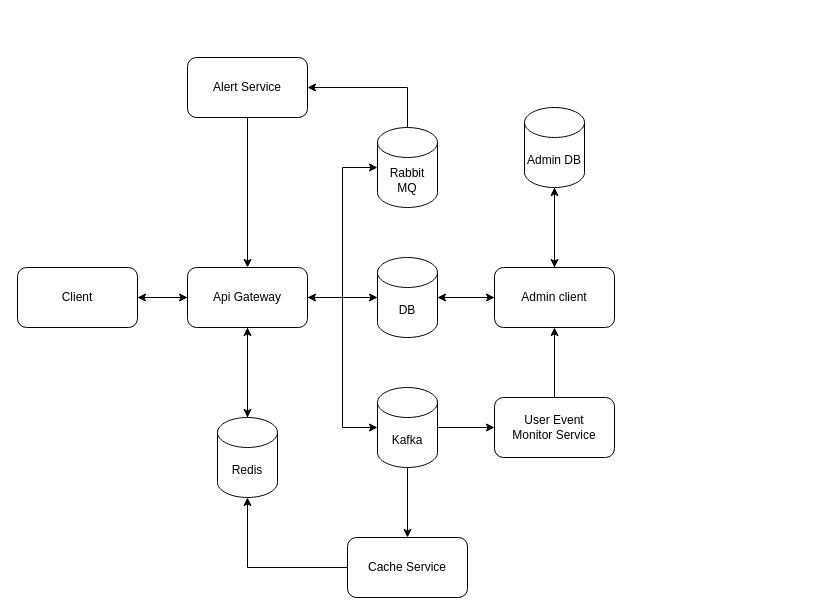
This is architeture.drawio from mothership2002/Doodle, a draw.io file, before an edit. Source tidied: cells renumbered, new cells numbered last; positions are measured from the earlier drawing's top-left corner, leaving out a move shared by most shapes. Both pictures are drawn from the tidied source at 100%, with x=0, y=0 at pixel (17, 57).
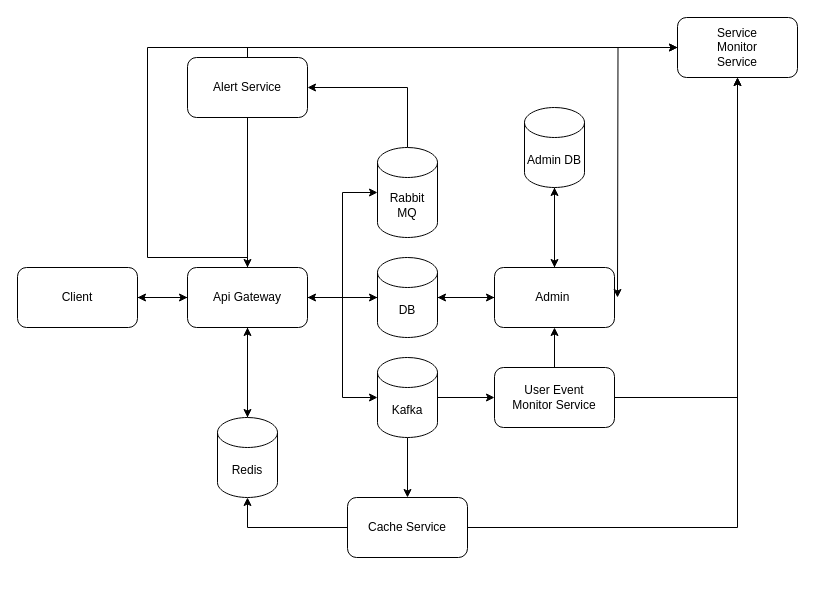
After the change.

The change refers to these unchanged cells:
```xml
<mxCell id="6" value="Api Gateway" style="rounded=1;whiteSpace=wrap;html=1;" parent="1" vertex="1">
  <mxGeometry x="170" y="210" width="120" height="60" as="geometry" />
</mxCell>
<mxCell id="19" value="Alert Service" style="rounded=1;whiteSpace=wrap;html=1;" parent="1" vertex="1">
  <mxGeometry x="170" width="120" height="60" as="geometry" />
</mxCell>
```

What changed in the source:
```diff
@@
+    <mxCell id="31" style="edgeStyle=orthogonalEdgeStyle;rounded=0;jettySize=auto;html=1;" parent="1" edge="1" source="6">
+      <mxGeometry relative="1" as="geometry">
+        <mxPoint x="660" y="-10" as="targetPoint" />
+        <Array as="points">
+          <mxPoint x="230" y="200" />
+          <mxPoint x="130" y="200" />
+          <mxPoint x="130" y="-10" />
+        </Array>
+      </mxGeometry>
+    </mxCell>
@@
     <mxCell id="9" value="Kafka" style="shape=cylinder3;whiteSpace=wrap;html=1;boundedLbl=1;backgroundOutline=1;size=15;" parent="1" vertex="1">
-      <mxGeometry x="360" y="330" width="60" height="80" as="geometry" />
+      <mxGeometry x="360" y="300" width="60" height="80" as="geometry" />
     </mxCell>
@@
     <mxCell id="11" value="Rabbit&lt;div&gt;MQ&lt;/div&gt;" style="shape=cylinder3;whiteSpace=wrap;html=1;boundedLbl=1;backgroundOutline=1;size=15;" parent="1" vertex="1">
-      <mxGeometry x="360" y="70" width="60" height="80" as="geometry" />
+      <mxGeometry x="360" y="90" width="60" height="90" as="geometry" />
     </mxCell>
@@
+    <mxCell id="32" style="edgeStyle=orthogonalEdgeStyle;rounded=0;jettySize=auto;html=1;entryX=0.5;entryY=1;entryDx=0;entryDy=0;" parent="1" edge="1" source="17" target="36">
+      <mxGeometry relative="1" as="geometry" />
+    </mxCell>
     <mxCell id="17" value="User Event&lt;br&gt;Monitor Service" style="rounded=1;whiteSpace=wrap;html=1;" parent="1" vertex="1">
-      <mxGeometry x="477" y="340" width="120" height="60" as="geometry" />
+      <mxGeometry x="477" y="310" width="120" height="60" as="geometry" />
     </mxCell>
@@
+    <mxCell id="33" style="edgeStyle=orthogonalEdgeStyle;rounded=0;jettySize=auto;html=1;entryX=0;entryY=0.5;entryDx=0;entryDy=0;" parent="1" edge="1" source="19" target="36">
+      <mxGeometry relative="1" as="geometry">
+        <Array as="points">
+          <mxPoint x="230" y="-10" />
+        </Array>
+      </mxGeometry>
+    </mxCell>
@@
-    <mxCell id="22" value="Admin client" style="rounded=1;whiteSpace=wrap;html=1;" parent="1" vertex="1">
+    <mxCell id="22" value="Admin&amp;nbsp;" style="rounded=1;whiteSpace=wrap;html=1;" parent="1" vertex="1">
       <mxGeometry x="477" y="210" width="120" height="60" as="geometry" />
     </mxCell>
@@
+    <mxCell id="34" style="edgeStyle=orthogonalEdgeStyle;rounded=0;jettySize=auto;html=1;exitX=1;exitY=0.5;exitDx=0;exitDy=0;entryX=0.5;entryY=1;entryDx=0;entryDy=0;" parent="1" edge="1" source="28" target="36">
+      <mxGeometry relative="1" as="geometry" />
+    </mxCell>
     <mxCell id="28" value="Cache Service" style="rounded=1;whiteSpace=wrap;html=1;" parent="1" vertex="1">
-      <mxGeometry x="330" y="480" width="120" height="60" as="geometry" />
+      <mxGeometry x="330" y="440" width="120" height="60" as="geometry" />
     </mxCell>
@@
+    <mxCell id="35" style="edgeStyle=orthogonalEdgeStyle;rounded=0;jettySize=auto;html=1;" parent="1" edge="1" source="36">
+      <mxGeometry relative="1" as="geometry">
+        <mxPoint x="600" y="240" as="targetPoint" />
+      </mxGeometry>
+    </mxCell>
+    <mxCell id="36" value="&lt;div&gt;Service&lt;br&gt;Monitor&lt;/div&gt;&lt;div&gt;Service&lt;/div&gt;" style="rounded=1;whiteSpace=wrap;html=1;" parent="1" vertex="1">
+      <mxGeometry x="660" y="-40" width="120" height="60" as="geometry" />
+    </mxCell>
```
